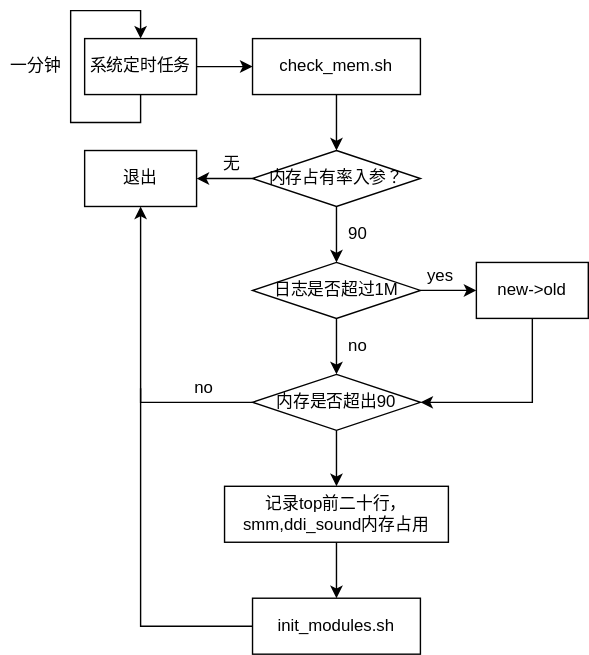
Before: drag_demo/check_mem.svg, a diagram exported from draw.io (Archive-ch/Web_Demo). Source tidied: cells renumbered, new cells last; positions are measured from the earlier drawing's top-left corner, leaving out a move shared by most shapes.
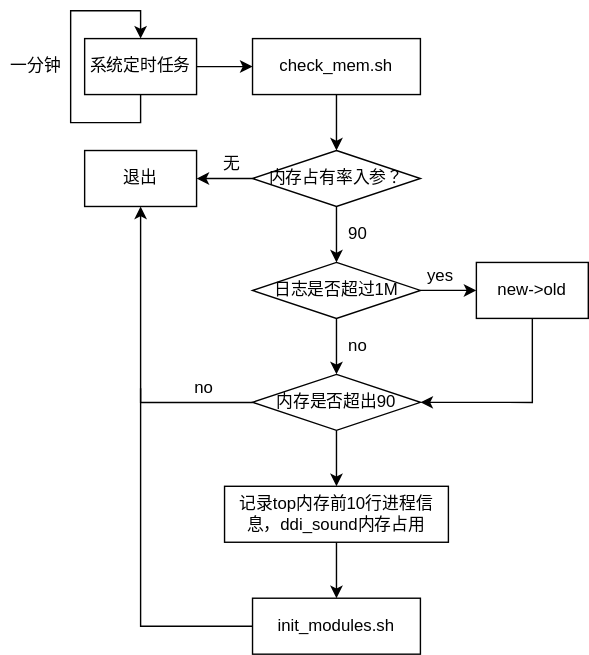
After the commit.

Change to the diagram source:
```diff
@@ -90,7 +90,7 @@
         <mxPoint x="240" y="420" as="targetPoint" />
       </mxGeometry>
     </mxCell>
-    <mxCell id="25" value="记录top前二十行，smm,ddi_sound内存占用" style="whiteSpace=wrap;html=1;" parent="1" vertex="1">
+    <mxCell id="25" value="记录top内存前10行进程信息，ddi_sound内存占用" style="whiteSpace=wrap;html=1;" parent="1" vertex="1">
       <mxGeometry x="160" y="340" width="160" height="40" as="geometry" />
     </mxCell>
     <mxCell id="26" style="edgeStyle=orthogonalEdgeStyle;rounded=0;jettySize=auto;html=1;startArrow=none;startFill=0;endArrow=none;endFill=0;" parent="1" edge="1" source="27">
```
